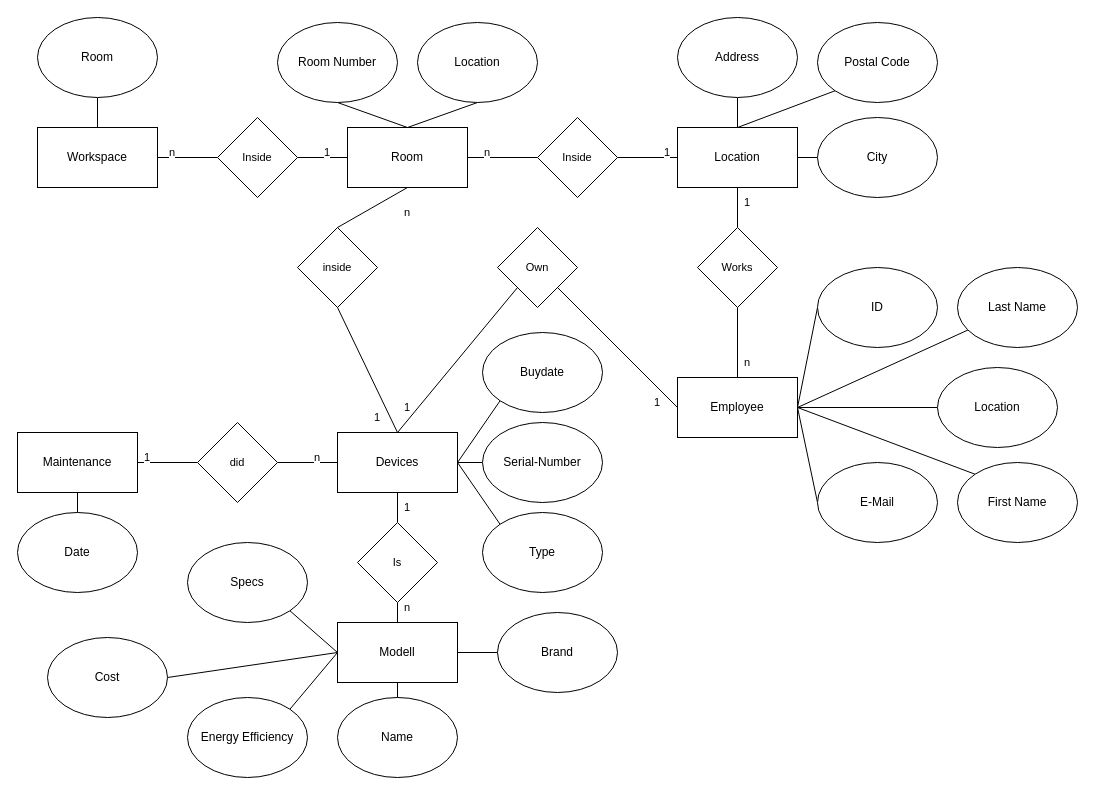
Earlier version of the draw.io diagram Planing/ER Modell.drawio (Moesly2904/Learning_Field_02). Source tidied: cells renumbered, new cells numbered last; positions are measured from the earlier drawing's top-left corner, leaving out a move shared by most shapes. Both pictures are drawn from the tidied source at 100%, with x=0, y=0 at pixel (17, 17).
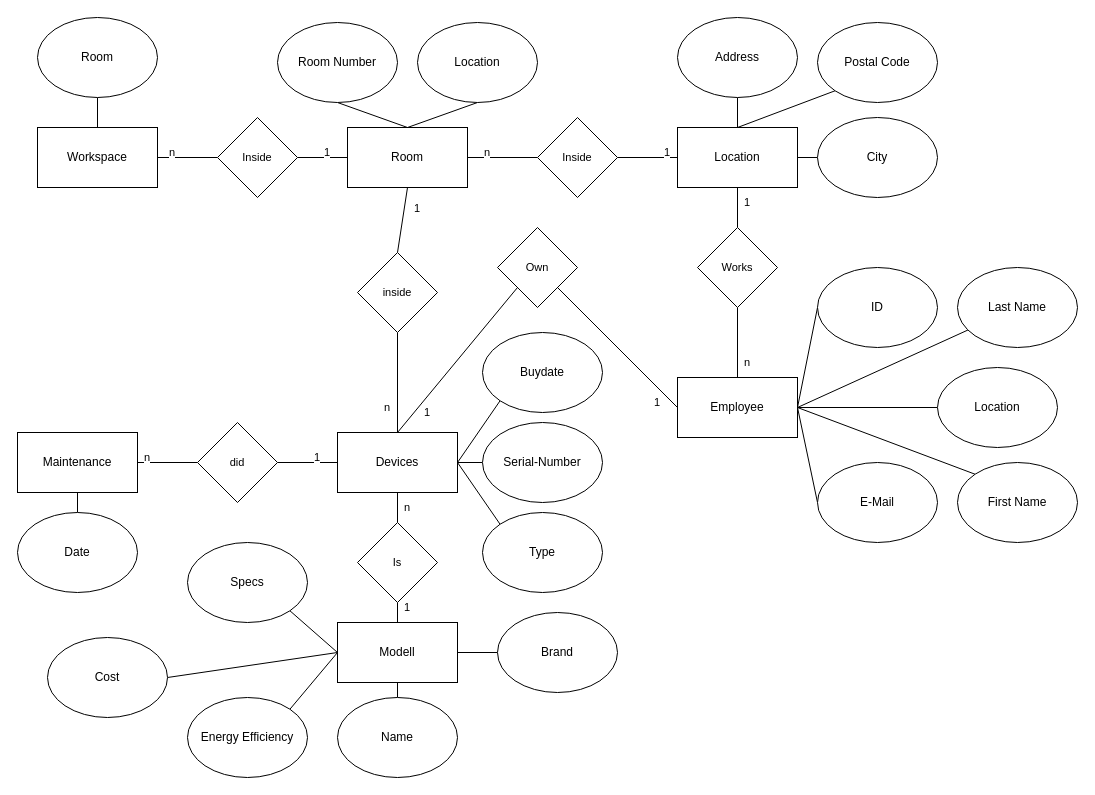
Above is the later version.

What changed in the source:
```diff
@@
     <mxCell id="59" value="1" style="text;html=1;whiteSpace=wrap;strokeColor=none;fillColor=none;align=center;verticalAlign=middle;rounded=0;fontFamily=Helvetica;fontSize=11;fontColor=default;labelBackgroundColor=default;" parent="1" vertex="1">
-      <mxGeometry x="360" y="375" width="60" height="30" as="geometry" />
+      <mxGeometry x="380" y="380" width="60" height="30" as="geometry" />
     </mxCell>
@@
-    <mxCell id="64" value="1" style="text;html=1;whiteSpace=wrap;strokeColor=none;fillColor=none;align=center;verticalAlign=middle;rounded=0;fontFamily=Helvetica;fontSize=11;fontColor=default;labelBackgroundColor=default;" parent="1" vertex="1">
+    <mxCell id="64" value="n" style="text;html=1;whiteSpace=wrap;strokeColor=none;fillColor=none;align=center;verticalAlign=middle;rounded=0;fontFamily=Helvetica;fontSize=11;fontColor=default;labelBackgroundColor=default;" parent="1" vertex="1">
       <mxGeometry x="100" y="425" width="60" height="30" as="geometry" />
     </mxCell>
-    <mxCell id="65" value="n" style="text;html=1;whiteSpace=wrap;strokeColor=none;fillColor=none;align=center;verticalAlign=middle;rounded=0;fontFamily=Helvetica;fontSize=11;fontColor=default;labelBackgroundColor=default;" parent="1" vertex="1">
+    <mxCell id="65" value="1" style="text;html=1;whiteSpace=wrap;strokeColor=none;fillColor=none;align=center;verticalAlign=middle;rounded=0;fontFamily=Helvetica;fontSize=11;fontColor=default;labelBackgroundColor=default;" parent="1" vertex="1">
       <mxGeometry x="270" y="425" width="60" height="30" as="geometry" />
     </mxCell>
-    <mxCell id="66" value="1" style="text;html=1;whiteSpace=wrap;strokeColor=none;fillColor=none;align=center;verticalAlign=middle;rounded=0;fontFamily=Helvetica;fontSize=11;fontColor=default;labelBackgroundColor=default;" parent="1" vertex="1">
+    <mxCell id="66" value="n" style="text;html=1;whiteSpace=wrap;strokeColor=none;fillColor=none;align=center;verticalAlign=middle;rounded=0;fontFamily=Helvetica;fontSize=11;fontColor=default;labelBackgroundColor=default;" parent="1" vertex="1">
       <mxGeometry x="360" y="475" width="60" height="30" as="geometry" />
     </mxCell>
@@
-    <mxCell id="69" value="n" style="text;html=1;whiteSpace=wrap;strokeColor=none;fillColor=none;align=center;verticalAlign=middle;rounded=0;fontFamily=Helvetica;fontSize=11;fontColor=default;labelBackgroundColor=default;" parent="1" vertex="1">
+    <mxCell id="69" value="1" style="text;html=1;whiteSpace=wrap;strokeColor=none;fillColor=none;align=center;verticalAlign=middle;rounded=0;fontFamily=Helvetica;fontSize=11;fontColor=default;labelBackgroundColor=default;" parent="1" vertex="1">
       <mxGeometry x="360" y="575" width="60" height="30" as="geometry" />
     </mxCell>
@@
     <mxCell id="81" value="inside" style="rhombus;whiteSpace=wrap;html=1;fontFamily=Helvetica;fontSize=11;fontColor=default;labelBackgroundColor=default;" parent="1" vertex="1">
-      <mxGeometry x="280" y="210" width="80" height="80" as="geometry" />
+      <mxGeometry x="340" y="235" width="80" height="80" as="geometry" />
     </mxCell>
-    <mxCell id="82" value="1" style="text;html=1;whiteSpace=wrap;strokeColor=none;fillColor=none;align=center;verticalAlign=middle;rounded=0;fontFamily=Helvetica;fontSize=11;fontColor=default;labelBackgroundColor=default;" parent="1" vertex="1">
-      <mxGeometry x="330" y="385" width="60" height="30" as="geometry" />
+    <mxCell id="82" value="n" style="text;html=1;whiteSpace=wrap;strokeColor=none;fillColor=none;align=center;verticalAlign=middle;rounded=0;fontFamily=Helvetica;fontSize=11;fontColor=default;labelBackgroundColor=default;" parent="1" vertex="1">
+      <mxGeometry x="340" y="375" width="60" height="30" as="geometry" />
     </mxCell>
-    <mxCell id="83" value="n" style="text;html=1;whiteSpace=wrap;strokeColor=none;fillColor=none;align=center;verticalAlign=middle;rounded=0;fontFamily=Helvetica;fontSize=11;fontColor=default;labelBackgroundColor=default;" parent="1" vertex="1">
-      <mxGeometry x="360" y="180" width="60" height="30" as="geometry" />
+    <mxCell id="83" value="1" style="text;html=1;whiteSpace=wrap;strokeColor=none;fillColor=none;align=center;verticalAlign=middle;rounded=0;fontFamily=Helvetica;fontSize=11;fontColor=default;labelBackgroundColor=default;" parent="1" vertex="1">
+      <mxGeometry x="370" y="176" width="60" height="30" as="geometry" />
     </mxCell>
```
